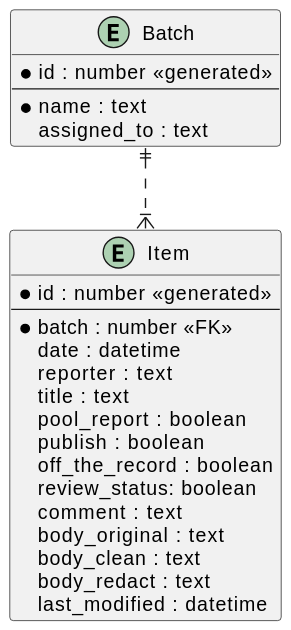
This is docs/images/db_schema.svg from timkanke/scutes, a PlantUML export, as it was before one commit. Source of this version:
```plantuml
@startuml db_schema

entity "Batch" as Batch {
  *id : number <<generated>>
  --
  *name : text
  assigned_to : text
}

entity "Item" as Item {
  *id : number <<generated>>
  --
  *batch : number <<FK>>
  date : datetime
  reporter : text
  title : text
  pool_report : boolean
  publish : boolean
  off_the_record : boolean
  review_status: boolean
  comment : text
  body_original : text
  body_clean : text
  body_redact : text
  last_modified : datetime
}

Batch ||..|{ Item

@enduml
```
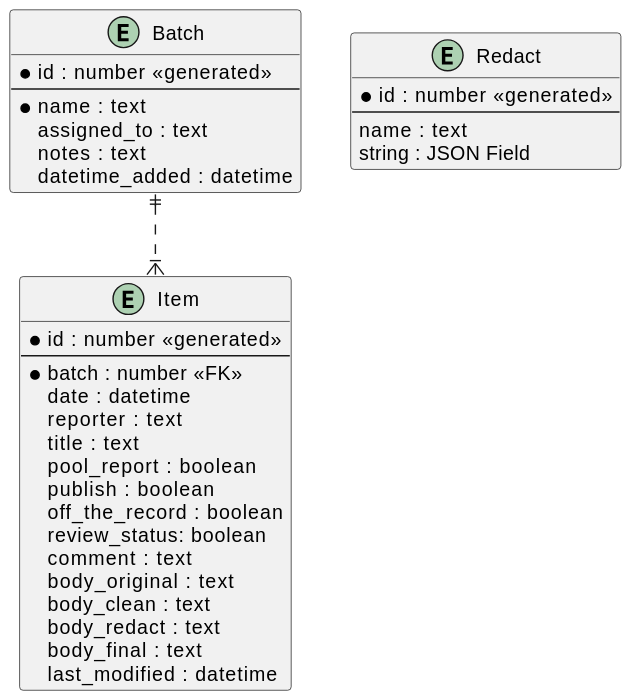
The same diagram one commit later.

Commit message:
LIBWHCA-135. Updated db schema

What changed in the source:
```diff
@@ -5,6 +5,8 @@
   --
   *name : text
   assigned_to : text
+  notes : text
+  datetime_added : datetime
 }
 
 entity "Item" as Item {
@@ -22,8 +24,17 @@
   body_original : text
   body_clean : text
   body_redact : text
+  body_final : text
   last_modified : datetime
 }
+
+entity "Redact" as Redact {
+  *id : number <<generated>>
+  --
+  name : text
+  string : JSON Field
+}
+
 
 Batch ||..|{ Item
 
```
